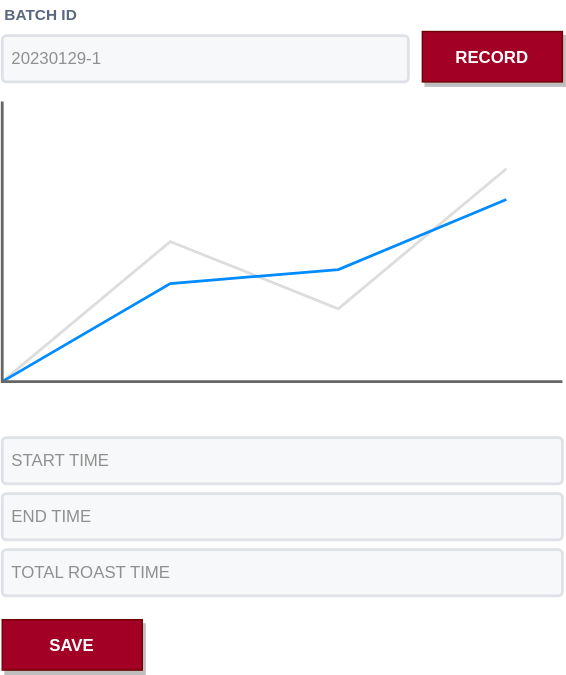
SuperJSBros/roaster-monitor-web keeps this draw.io diagram as ux/mockup.drawio.svg. Above is the earlier version. Source tidied: cells renumbered, new cells last; positions are measured from the earlier drawing's top-left corner, leaving out a move shared by most shapes.
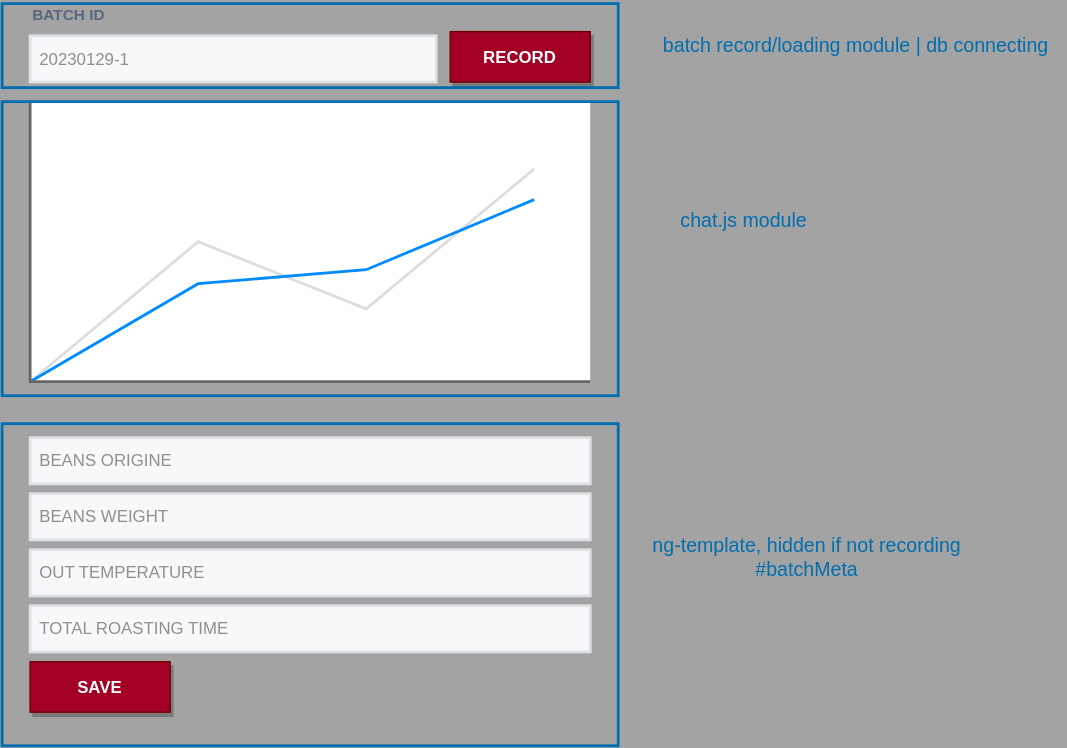
After the change.

Commit message:
added default landing page

Diff of the diagram source:
```diff
@@ -1,30 +1,52 @@
-<mxGraphModel background="#ffffff">
+<mxGraphModel background="#A3A3A3">
   <root>
     <mxCell id="0" />
     <mxCell id="1" parent="0" />
-    <mxCell id="2" style="verticalLabelPosition=bottom;shadow=0;dashed=0;align=center;html=1;verticalAlign=top;strokeWidth=1;shape=mxgraph.mockup.graphics.lineChart;strokeColor=none;strokeColor2=#666666;strokeColor3=#008cff;strokeColor4=#dddddd;rounded=1;" parent="1" vertex="1">
+    <mxCell id="2" style="verticalLabelPosition=bottom;shadow=0;dashed=0;align=center;html=1;verticalAlign=top;strokeWidth=1;shape=mxgraph.mockup.graphics.lineChart;strokeColor=none;strokeColor2=#666666;strokeColor3=#008cff;strokeColor4=#dddddd;rounded=0;" parent="1" vertex="1">
       <mxGeometry y="72" width="400" height="200" as="geometry" />
     </mxCell>
-    <mxCell id="3" value="RECORD" style="dashed=0;align=center;fontSize=12;shape=rect;fillColor=#a20025;strokeColor=#6F0000;fontStyle=1;shadow=1;fontColor=#ffffff;" parent="1" vertex="1">
+    <mxCell id="3" value="RECORD" style="dashed=0;align=center;fontSize=12;shape=rect;fillColor=#a20025;strokeColor=#6F0000;fontStyle=1;shadow=1;fontColor=#ffffff;rounded=0;" parent="1" vertex="1">
       <mxGeometry x="300" y="22" width="100" height="36" as="geometry" />
     </mxCell>
-    <mxCell id="4" value="BATCH ID" style="fillColor=none;strokeColor=none;html=1;fontSize=11;fontStyle=0;align=left;fontColor=#596780;fontStyle=1;fontSize=11;" parent="1" vertex="1">
+    <mxCell id="4" value="BATCH ID" style="fillColor=none;strokeColor=none;html=1;fontSize=11;fontStyle=0;align=left;fontColor=#596780;fontStyle=1;fontSize=11;rounded=0;" parent="1" vertex="1">
       <mxGeometry width="240" height="20" as="geometry" />
     </mxCell>
-    <mxCell id="5" value="&lt;font color=&quot;#8f8f8f&quot;&gt;20230129-1&lt;/font&gt;" style="rounded=1;arcSize=9;fillColor=#F7F8F9;align=left;spacingLeft=5;strokeColor=#DEE1E6;html=1;strokeWidth=2;fontSize=12;" parent="1" vertex="1">
+    <mxCell id="5" value="&lt;font color=&quot;#8f8f8f&quot;&gt;20230129-1&lt;/font&gt;" style="rounded=0;arcSize=9;fillColor=#F7F8F9;align=left;spacingLeft=5;strokeColor=#DEE1E6;html=1;strokeWidth=2;fontSize=12;" parent="1" vertex="1">
       <mxGeometry y="25" width="290" height="33" as="geometry" />
     </mxCell>
-    <mxCell id="6" value="&lt;font color=&quot;#8f8f8f&quot;&gt;START TIME&lt;/font&gt;" style="rounded=1;arcSize=9;fillColor=#F7F8F9;align=left;spacingLeft=5;strokeColor=#DEE1E6;html=1;strokeWidth=2;fontSize=12;" parent="1" vertex="1">
+    <mxCell id="6" value="&lt;font color=&quot;#8f8f8f&quot;&gt;BEANS ORIGINE&lt;/font&gt;" style="rounded=0;arcSize=9;fillColor=#F7F8F9;align=left;spacingLeft=5;strokeColor=#DEE1E6;html=1;strokeWidth=2;fontSize=12;" parent="1" vertex="1">
       <mxGeometry y="312" width="400" height="33" as="geometry" />
     </mxCell>
-    <mxCell id="7" value="&lt;font color=&quot;#8f8f8f&quot;&gt;END TIME&lt;/font&gt;" style="rounded=1;arcSize=9;fillColor=#F7F8F9;align=left;spacingLeft=5;strokeColor=#DEE1E6;html=1;strokeWidth=2;fontSize=12;" parent="1" vertex="1">
-      <mxGeometry y="352" width="400" height="33" as="geometry" />
+    <mxCell id="7" value="&lt;font color=&quot;#8f8f8f&quot;&gt;OUT TEMPERATURE&lt;/font&gt;" style="rounded=0;arcSize=9;fillColor=#F7F8F9;align=left;spacingLeft=5;strokeColor=#DEE1E6;html=1;strokeWidth=2;fontSize=12;" parent="1" vertex="1">
+      <mxGeometry y="392" width="400" height="33" as="geometry" />
     </mxCell>
-    <mxCell id="8" value="&lt;font color=&quot;#8f8f8f&quot;&gt;TOTAL ROAST TIME&lt;/font&gt;" style="rounded=1;arcSize=9;fillColor=#F7F8F9;align=left;spacingLeft=5;strokeColor=#DEE1E6;html=1;strokeWidth=2;fontSize=12;" parent="1" vertex="1">
-      <mxGeometry y="392" width="400" height="33" as="geometry" />
+    <mxCell id="8" value="&lt;font color=&quot;#8f8f8f&quot;&gt;TOTAL ROASTING TIME&lt;/font&gt;" style="rounded=0;arcSize=9;fillColor=#F7F8F9;align=left;spacingLeft=5;strokeColor=#DEE1E6;html=1;strokeWidth=2;fontSize=12;" parent="1" vertex="1">
+      <mxGeometry y="432" width="400" height="33" as="geometry" />
     </mxCell>
-    <mxCell id="9" value="SAVE" style="dashed=0;align=center;fontSize=12;shape=rect;fillColor=#a20025;strokeColor=#6F0000;fontStyle=1;shadow=1;fontColor=#ffffff;" parent="1" vertex="1">
-      <mxGeometry y="442" width="100" height="36" as="geometry" />
+    <mxCell id="9" value="SAVE" style="dashed=0;align=center;fontSize=12;shape=rect;fillColor=#a20025;strokeColor=#6F0000;fontStyle=1;shadow=1;fontColor=#ffffff;rounded=0;" parent="1" vertex="1">
+      <mxGeometry y="472" width="100" height="36" as="geometry" />
     </mxCell>
+    <mxCell id="10" value="&lt;font color=&quot;#8f8f8f&quot;&gt;BEANS WEIGHT&lt;/font&gt;" style="rounded=0;arcSize=9;fillColor=#F7F8F9;align=left;spacingLeft=5;strokeColor=#DEE1E6;html=1;strokeWidth=2;fontSize=12;" parent="1" vertex="1">
+      <mxGeometry y="352" width="400" height="33" as="geometry" />
+    </mxCell>
+    <mxCell id="11" value="ng components" parent="0" />
+    <mxCell id="12" style="rounded=0;whiteSpace=wrap;html=1;fillColor=none;strokeColor=#006EAF;strokeWidth=2;fontColor=#ffffff;" parent="11" vertex="1">
+      <mxGeometry x="-20" y="302" width="440" height="230" as="geometry" />
+    </mxCell>
+    <mxCell id="13" value="ng-template, hidden if not recording&lt;br&gt;#batchMeta" style="text;html=1;strokeColor=none;fillColor=none;align=center;verticalAlign=middle;whiteSpace=wrap;rounded=0;sketch=0;strokeWidth=2;fontSize=14;fontColor=#006eaf;" parent="11" vertex="1">
+      <mxGeometry x="440" y="382" width="230" height="30" as="geometry" />
+    </mxCell>
+    <mxCell id="14" style="rounded=0;whiteSpace=wrap;html=1;fillColor=none;strokeColor=#006EAF;strokeWidth=2;fontColor=#ffffff;" parent="11" vertex="1">
+      <mxGeometry x="-20" y="72" width="440" height="210" as="geometry" />
+    </mxCell>
+    <mxCell id="15" value="chat.js module" style="text;html=1;strokeColor=none;fillColor=none;align=center;verticalAlign=middle;whiteSpace=wrap;rounded=0;sketch=0;strokeWidth=2;fontSize=14;fontColor=#006eaf;" parent="11" vertex="1">
+      <mxGeometry x="440" y="142" width="140" height="30" as="geometry" />
+    </mxCell>
+    <mxCell id="16" style="rounded=0;whiteSpace=wrap;html=1;fillColor=none;strokeColor=#006EAF;strokeWidth=2;fontColor=#ffffff;" parent="11" vertex="1">
+      <mxGeometry x="-20" y="2" width="440" height="60" as="geometry" />
+    </mxCell>
+    <mxCell id="17" value="batch record/loading module | db connecting" style="text;html=1;strokeColor=none;fillColor=none;align=center;verticalAlign=middle;whiteSpace=wrap;rounded=0;sketch=0;strokeWidth=2;fontSize=14;fontColor=#006eaf;" parent="11" vertex="1">
+      <mxGeometry x="440" y="17" width="300" height="30" as="geometry" />
+    </mxCell>
   </root>
 </mxGraphModel>
```
